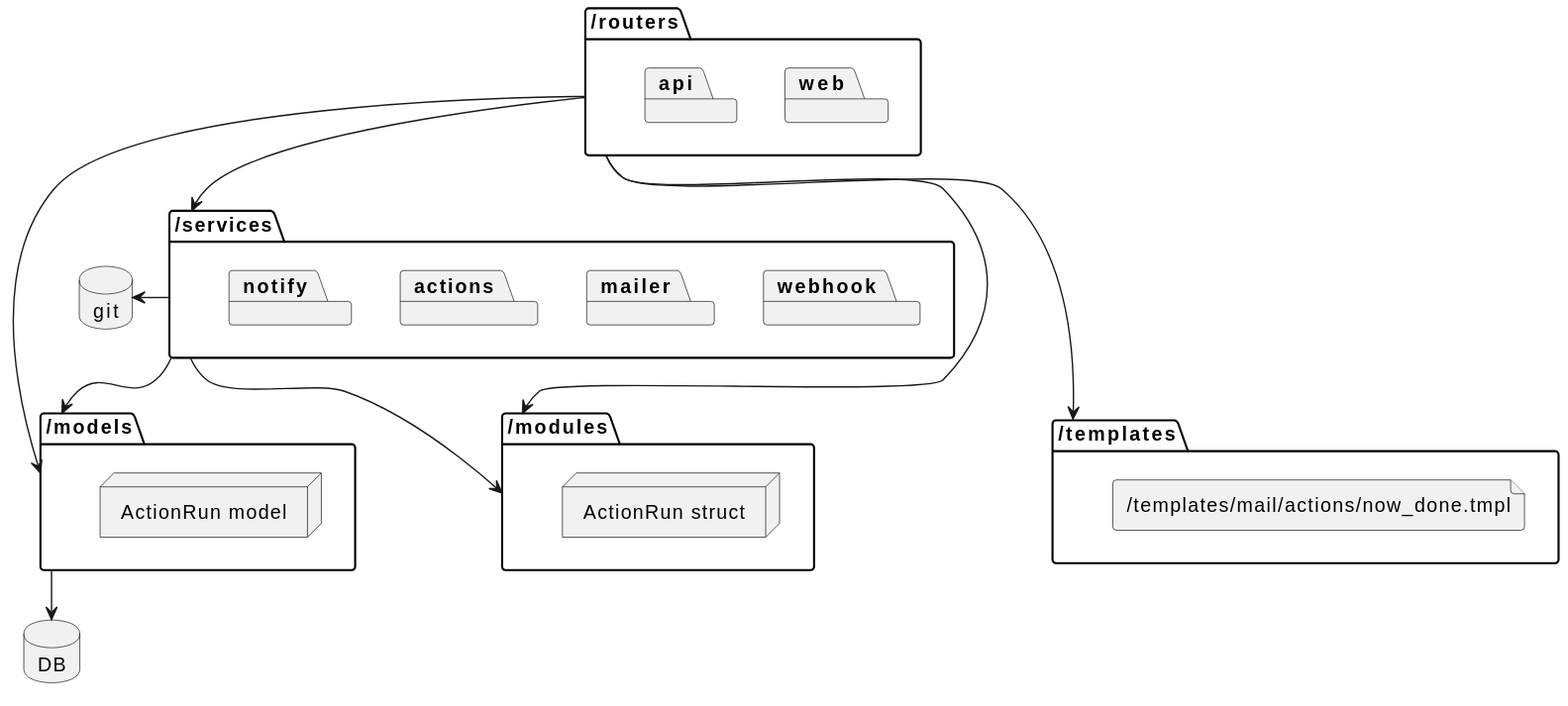
Above: 2025_11_21_ibm_forgejo/architecture.svg in christopher-besch/presentations (PlantUML), before the change.
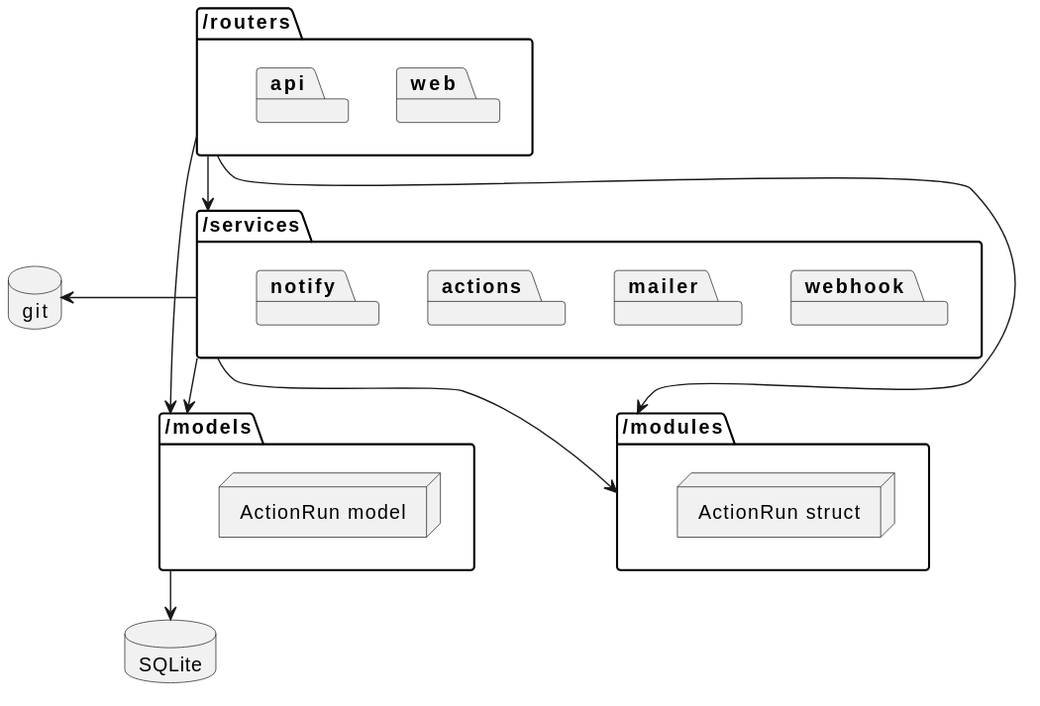
After the change.

The edit, as a diff of the source:
```diff
@@ -20,27 +20,22 @@
 folder "/models" {
     node "ActionRun model"
 }
-database "DB"
+database "SQLite"
 
 folder "/modules" {
     node "ActionRun struct"
 }
 
 
-folder "/templates" {
-    file "/templates/mail/actions/now_done.tmpl"
-}
 
 
 [/routers] -down-> [/services]
 [/routers] -down-> [/modules]
 [/routers] -down-> [/models]
-[/routers] -down-> [/templates]
 
 [/services] -down-> [/models]
 [/services] -down-> [/modules]
-[/services] -down[hidden]-> [/templates]
 [/services] -left-> [git]
 
-[/models] -down-> [DB]
+[/models] -down-> [SQLite]
 @enduml
```
